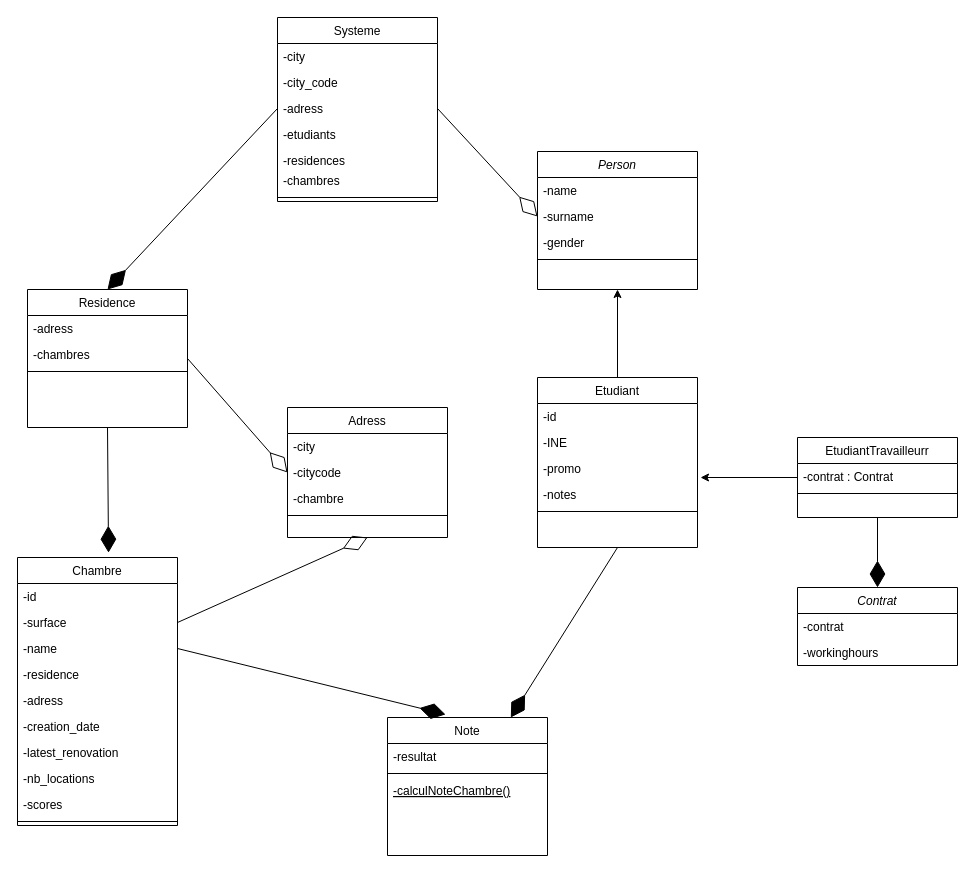
Above: diagramme.drawio in bluntwise/LoterieChambres (draw.io), before the change. Source tidied: cells renumbered, new cells numbered last; positions are measured from the earlier drawing's top-left corner, leaving out a move shared by most shapes. Both pictures are drawn from the tidied source at 100%, with x=0, y=0 at pixel (17, 17).
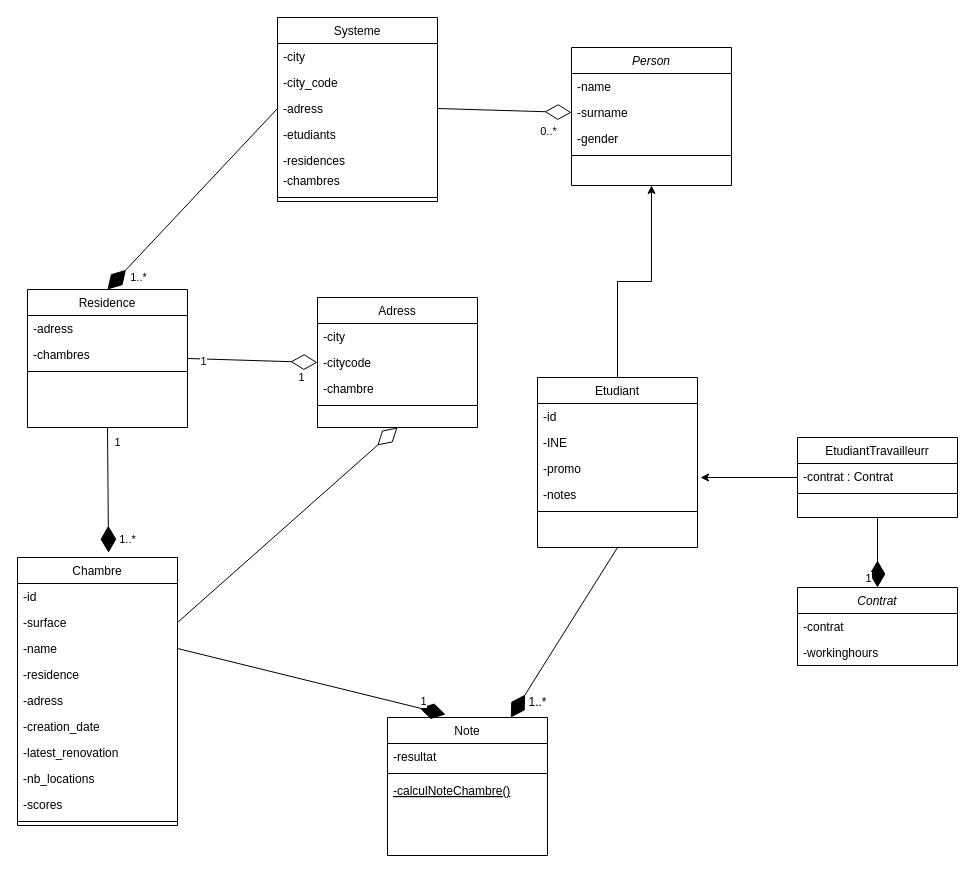
After the change.

Commit message:
number specifications diagramme

Unchanged cells that the change refers to:
```xml
<mxCell id="41" style="endArrow=diamondThin;endFill=1;endSize=24;html=1;rounded=0;entryX=0.5;entryY=0;entryDx=0;entryDy=0;exitX=0.5;exitY=1;exitDx=0;exitDy=0;" parent="1" edge="1" source="37" target="34">
  <mxGeometry relative="1" as="geometry" />
</mxCell>
<mxCell id="55" style="endArrow=diamondThin;endFill=0;endSize=24;html=1;rounded=0;entryX=0;entryY=0.5;entryDx=0;entryDy=0;exitX=1;exitY=0.5;exitDx=0;exitDy=0;" parent="1" edge="1" source="45" target="4">
  <mxGeometry relative="1" as="geometry" />
</mxCell>
<mxCell id="56" style="endArrow=diamondThin;endFill=1;endSize=24;html=1;rounded=0;entryX=0.569;entryY=-0.018;entryDx=0;entryDy=0;entryPerimeter=0;exitX=0.5;exitY=1;exitDx=0;exitDy=0;" parent="1" edge="1" source="30" target="12">
  <mxGeometry relative="1" as="geometry" />
</mxCell>
<mxCell id="58" style="endArrow=diamondThin;endFill=1;endSize=24;html=1;rounded=0;exitX=1;exitY=0.5;exitDx=0;exitDy=0;entryX=0.363;entryY=-0.022;entryDx=0;entryDy=0;entryPerimeter=0;" parent="1" edge="1" source="15" target="7">
  <mxGeometry relative="1" as="geometry" />
</mxCell>
<mxCell id="59" style="endArrow=diamondThin;endFill=0;endSize=24;html=1;rounded=0;entryX=0;entryY=0.5;entryDx=0;entryDy=0;exitX=1;exitY=0.5;exitDx=0;exitDy=0;" parent="1" edge="1" source="30" target="52">
  <mxGeometry relative="1" as="geometry" />
</mxCell>
<mxCell id="61" style="endArrow=diamondThin;endFill=1;endSize=24;html=1;rounded=0;entryX=0.5;entryY=0;entryDx=0;entryDy=0;exitX=0;exitY=0.5;exitDx=0;exitDy=0;" parent="1" edge="1" source="45" target="30">
  <mxGeometry relative="1" as="geometry" />
</mxCell>
```

Diff of the diagram source:
```diff
@@
     <mxCell id="2" value="Person" style="swimlane;fontStyle=2;align=center;verticalAlign=top;horizontal=1;startSize=26;rounded=0;shadow=0;strokeWidth=1;" parent="1" vertex="1">
-      <mxGeometry x="520" y="134" width="160" height="138" as="geometry" />
+      <mxGeometry x="554" y="30" width="160" height="138" as="geometry" />
     </mxCell>
@@
+    <mxCell id="62" value="1" style="edgeLabel;html=1;align=center;verticalAlign=middle;" parent="41" vertex="1">
+      <mxGeometry x="-0.03" relative="1" as="geometry">
+        <mxPoint x="-10" y="26" as="offset" />
+      </mxGeometry>
+    </mxCell>
@@
     <mxCell id="50" value="Adress" style="swimlane;fontStyle=0;align=center;verticalAlign=top;horizontal=1;startSize=26;rounded=0;shadow=0;strokeWidth=1;" parent="1" vertex="1">
-      <mxGeometry x="270" y="390" width="160" height="130" as="geometry" />
+      <mxGeometry x="300" y="280" width="160" height="130" as="geometry" />
     </mxCell>
@@
+    <mxCell id="63" value="0..*" style="edgeLabel;html=1;align=center;verticalAlign=middle;" parent="55" vertex="1">
+      <mxGeometry x="0.16" y="-1" relative="1" as="geometry">
+        <mxPoint x="33" y="19" as="offset" />
+      </mxGeometry>
+    </mxCell>
@@
+    <mxCell id="64" value="1" style="edgeLabel;html=1;align=center;verticalAlign=middle;" parent="56" vertex="1">
+      <mxGeometry x="0.09" relative="1" as="geometry">
+        <mxPoint x="9" y="-53" as="offset" />
+      </mxGeometry>
+    </mxCell>
+    <mxCell id="65" value="1..*" style="edgeLabel;html=1;align=center;verticalAlign=middle;" parent="56" vertex="1">
+      <mxGeometry x="0.79" y="1" relative="1" as="geometry">
+        <mxPoint x="18" as="offset" />
+      </mxGeometry>
+    </mxCell>
@@
+    <mxCell id="66" value="1" style="edgeLabel;html=1;align=center;verticalAlign=middle;" parent="58" vertex="1">
+      <mxGeometry x="0.83" y="-1" relative="1" as="geometry">
+        <mxPoint y="-9" as="offset" />
+      </mxGeometry>
+    </mxCell>
@@
+    <mxCell id="67" value="1" style="edgeLabel;html=1;align=center;verticalAlign=middle;" parent="59" vertex="1">
+      <mxGeometry x="0.76" y="-4" relative="1" as="geometry">
+        <mxPoint y="11" as="offset" />
+      </mxGeometry>
+    </mxCell>
+    <mxCell id="68" value="1" style="edgeLabel;html=1;align=center;verticalAlign=middle;" parent="59" vertex="1">
+      <mxGeometry x="-0.76" y="-2" relative="1" as="geometry" />
+    </mxCell>
@@
+    <mxCell id="69" value="1..*" style="edgeLabel;html=1;align=center;verticalAlign=middle;" parent="61" vertex="1">
+      <mxGeometry x="0.84" relative="1" as="geometry">
+        <mxPoint x="17" y="2" as="offset" />
+      </mxGeometry>
+    </mxCell>
+    <mxCell id="70" value="1..*" style="text;html=1;align=center;verticalAlign=middle;strokeColor=none;fillColor=none;" parent="1" vertex="1">
+      <mxGeometry x="500" y="670" width="40" height="30" as="geometry" />
+    </mxCell>
```
